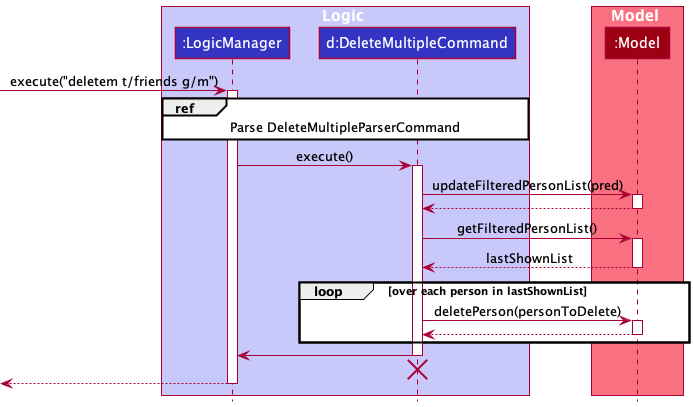
This is docs/images/DeleteMultipleSequenceDiagram.png from nus-cs2103-AY2122S1/tp, a PlantUML export, as it was before one commit. The source it was exported from:
```plantuml
@startuml
!include style.puml

box Logic LOGIC_COLOR_T1
participant ":LogicManager" as LogicManager LOGIC_COLOR
participant "d:DeleteMultipleCommand" as DeleteMultipleCommand LOGIC_COLOR
end box

box Model MODEL_COLOR_T1
participant ":Model" as Model MODEL_COLOR
end box
[-> LogicManager : execute("deletem t/friends g/m")
activate LogicManager

ref over LogicManager,DeleteMultipleCommand : Parse DeleteMultipleParserCommand

LogicManager -> DeleteMultipleCommand : execute()
activate DeleteMultipleCommand

DeleteMultipleCommand -> Model : updateFilteredPersonList(pred)
activate Model
return

DeleteMultipleCommand -> Model : getFilteredPersonList()
activate Model

Model --> DeleteMultipleCommand : lastShownList
deactivate Model

loop over each person in lastShownList
DeleteMultipleCommand -> Model : deletePerson(personToDelete)
activate Model

return

end

DeleteMultipleCommand -> LogicManager
deactivate DeleteMultipleCommand

DeleteMultipleCommand -[hidden]-> LogicManager
destroy DeleteMultipleCommand

[<--LogicManager
deactivate LogicManager
@enduml
```
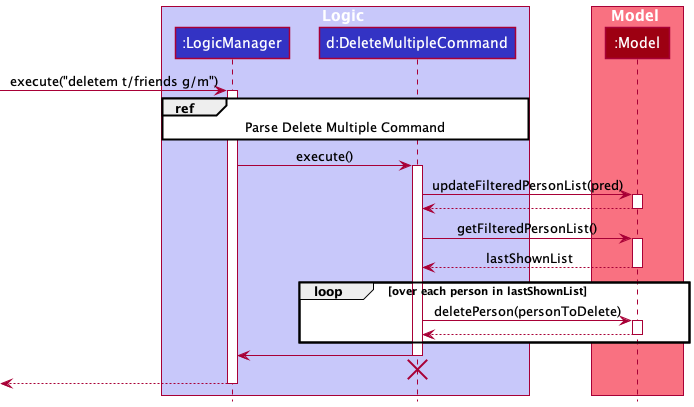
Above is the later version.

Commit message:
Update delete multiple diagrams

Diff of the diagram source:
```diff
@@ -12,7 +12,7 @@
 [-> LogicManager : execute("deletem t/friends g/m")
 activate LogicManager
 
-ref over LogicManager,DeleteMultipleCommand : Parse DeleteMultipleParserCommand
+ref over LogicManager,DeleteMultipleCommand : Parse Delete Multiple Command
 
 LogicManager -> DeleteMultipleCommand : execute()
 activate DeleteMultipleCommand
```
